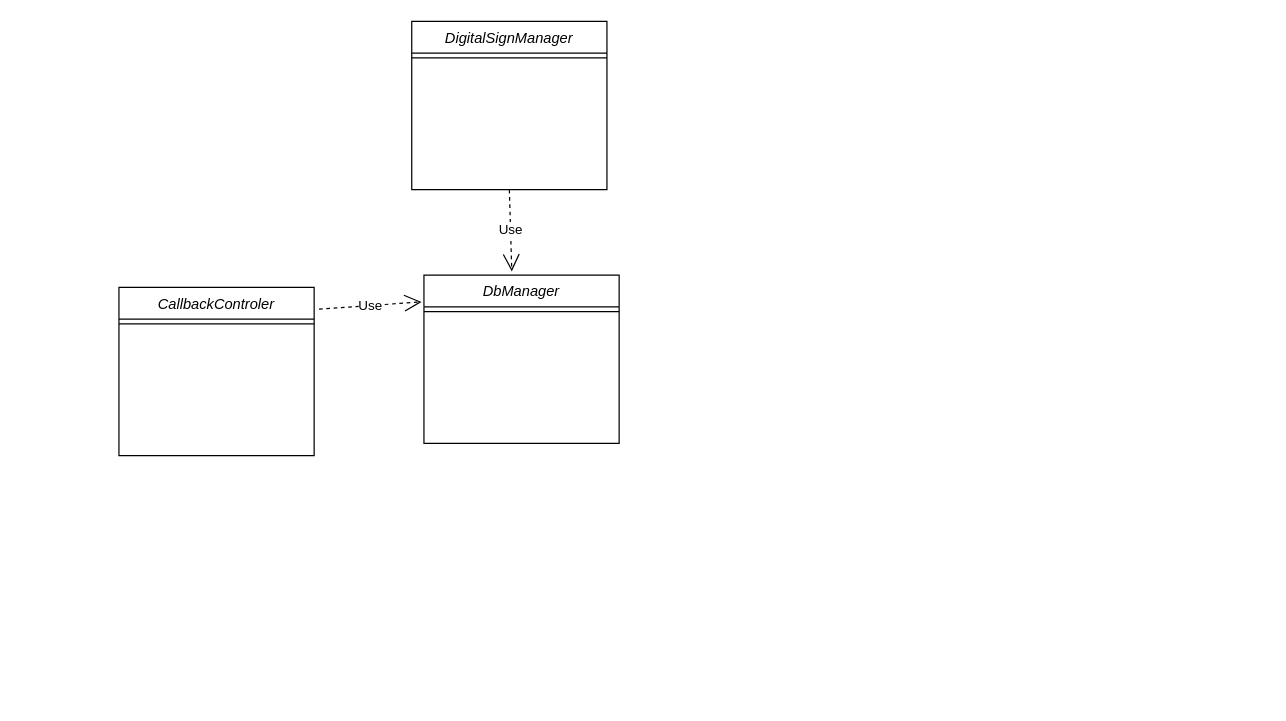
The draw.io diagram Class_diagram.drawio in carnivuth/digitalsignIntegrationdoc, before the edit. Source tidied: cells renumbered, new cells numbered last; positions are measured from the earlier drawing's top-left corner, leaving out a move shared by most shapes. Both pictures are drawn from the tidied source at 122%, with x=0, y=0 at pixel (118, 21).
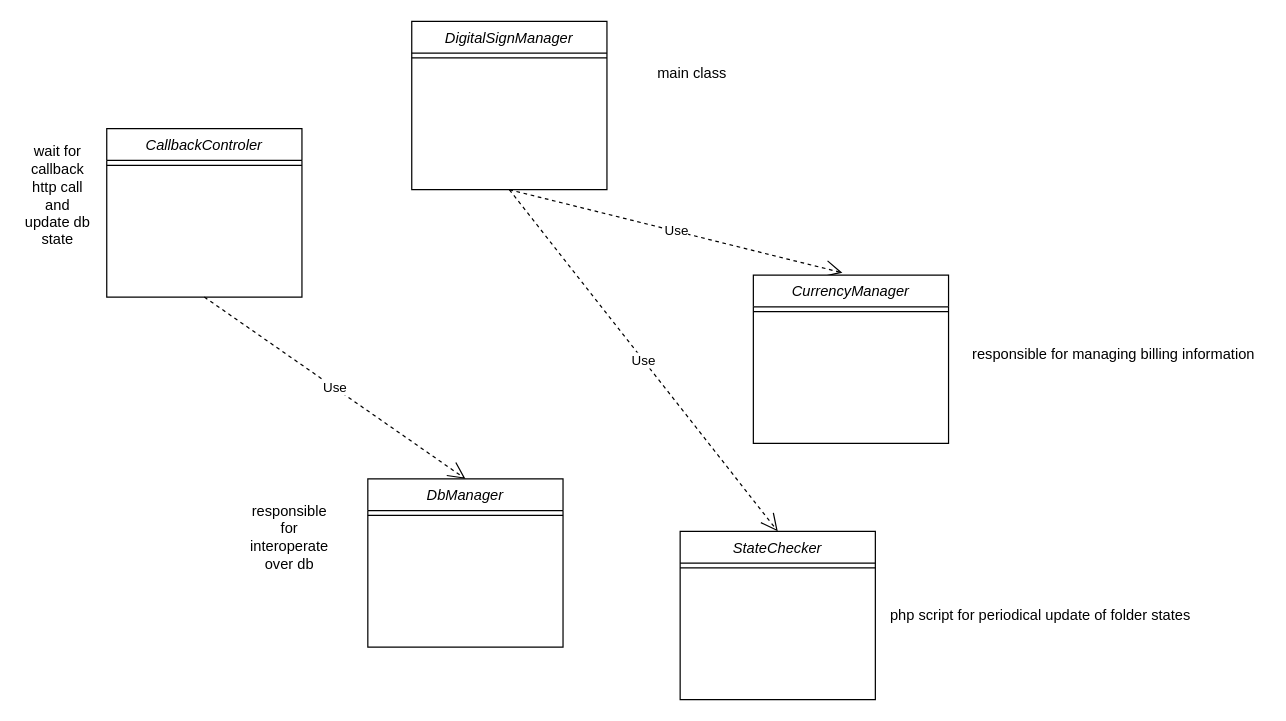
After the change.

Commit message:
added class comments

What changed in the source:
```diff
@@
 <mxGraphModel>
   <root>
     <mxCell id="0" />
     <mxCell id="1" parent="0" />
     <mxCell id="2" value="DigitalSignManager" style="swimlane;fontStyle=2;align=center;verticalAlign=top;horizontal=1;startSize=26;rounded=0;shadow=0;strokeWidth=1;" parent="1" vertex="1">
       <mxGeometry x="240" width="160" height="138" as="geometry" />
     </mxCell>
     <mxCell id="3" style="line;html=1;strokeWidth=1;align=left;verticalAlign=middle;spacingTop=-1;spacingLeft=3;spacingRight=3;labelPosition=right;" parent="2" vertex="1">
       <mxGeometry y="26" width="160" height="8" as="geometry" />
     </mxCell>
     <mxCell id="4" value="DbManager" style="swimlane;fontStyle=2;align=center;verticalAlign=top;horizontal=1;startSize=26;rounded=0;shadow=0;strokeWidth=1;" parent="1" vertex="1">
-      <mxGeometry x="250" y="208" width="160" height="138" as="geometry" />
+      <mxGeometry x="204" y="375" width="160" height="138" as="geometry" />
     </mxCell>
     <mxCell id="5" style="line;html=1;strokeWidth=1;align=left;verticalAlign=middle;spacingTop=-1;spacingLeft=3;spacingRight=3;labelPosition=right;" parent="4" vertex="1">
       <mxGeometry y="26" width="160" height="8" as="geometry" />
     </mxCell>
     <mxCell id="6" value="CallbackControler" style="swimlane;fontStyle=2;align=center;verticalAlign=top;horizontal=1;startSize=26;rounded=0;shadow=0;strokeWidth=1;" parent="1" vertex="1">
-      <mxGeometry y="218" width="160" height="138" as="geometry" />
+      <mxGeometry x="-10" y="88" width="160" height="138" as="geometry" />
     </mxCell>
     <mxCell id="7" style="line;html=1;strokeWidth=1;align=left;verticalAlign=middle;spacingTop=-1;spacingLeft=3;spacingRight=3;labelPosition=right;" parent="6" vertex="1">
       <mxGeometry y="26" width="160" height="8" as="geometry" />
     </mxCell>
-    <mxCell id="8" value="Use" style="endArrow=open;endSize=12;dashed=1;html=1;rounded=0;exitX=1.025;exitY=0.13;exitDx=0;exitDy=0;exitPerimeter=0;entryX=-0.012;entryY=0.159;entryDx=0;entryDy=0;entryPerimeter=0;" parent="1" edge="1" source="6" target="4">
+    <mxCell id="8" value="Use" style="endArrow=open;endSize=12;dashed=1;html=1;rounded=0;exitX=0.5;exitY=1;exitDx=0;exitDy=0;entryX=0.5;entryY=0;entryDx=0;entryDy=0;" parent="1" edge="1" source="6" target="4">
       <mxGeometry relative="1" as="geometry" />
     </mxCell>
-    <mxCell id="9" value="Use" style="endArrow=open;endSize=12;dashed=1;html=1;rounded=0;exitX=0.5;exitY=1;exitDx=0;exitDy=0;entryX=0.45;entryY=-0.022;entryDx=0;entryDy=0;entryPerimeter=0;" parent="1" edge="1" source="2" target="4">
+    <mxCell id="9" value="Use" style="endArrow=open;endSize=12;dashed=1;html=1;rounded=0;exitX=0.5;exitY=1;exitDx=0;exitDy=0;entryX=0.456;entryY=-0.014;entryDx=0;entryDy=0;entryPerimeter=0;" parent="1" edge="1" source="2" target="10">
       <mxGeometry relative="1" as="geometry" />
     </mxCell>
+    <mxCell id="10" value="CurrencyManager" style="swimlane;fontStyle=2;align=center;verticalAlign=top;horizontal=1;startSize=26;rounded=0;shadow=0;strokeWidth=1;" parent="1" vertex="1">
+      <mxGeometry x="520" y="208" width="160" height="138" as="geometry" />
+    </mxCell>
+    <mxCell id="11" style="line;html=1;strokeWidth=1;align=left;verticalAlign=middle;spacingTop=-1;spacingLeft=3;spacingRight=3;labelPosition=right;" parent="10" vertex="1">
+      <mxGeometry y="26" width="160" height="8" as="geometry" />
+    </mxCell>
+    <mxCell id="12" value="StateChecker" style="swimlane;fontStyle=2;align=center;verticalAlign=top;horizontal=1;startSize=26;rounded=0;shadow=0;strokeWidth=1;" parent="1" vertex="1">
+      <mxGeometry x="460" y="418" width="160" height="138" as="geometry" />
+    </mxCell>
+    <mxCell id="13" style="line;html=1;strokeWidth=1;align=left;verticalAlign=middle;spacingTop=-1;spacingLeft=3;spacingRight=3;labelPosition=right;" parent="12" vertex="1">
+      <mxGeometry y="26" width="160" height="8" as="geometry" />
+    </mxCell>
+    <mxCell id="14" value="Use" style="endArrow=open;endSize=12;dashed=1;html=1;rounded=0;exitX=0.5;exitY=1;exitDx=0;exitDy=0;entryX=0.5;entryY=0;entryDx=0;entryDy=0;" parent="1" edge="1" source="2" target="12">
+      <mxGeometry relative="1" as="geometry" />
+    </mxCell>
+    <mxCell id="15" value="wait for callback http call and update db state" style="text;html=1;strokeColor=none;fillColor=none;align=center;verticalAlign=middle;whiteSpace=wrap;rounded=0;" parent="1" vertex="1">
+      <mxGeometry x="-80" y="128" width="60" height="30" as="geometry" />
+    </mxCell>
+    <mxCell id="16" value="responsible for interoperate over db" style="text;html=1;strokeColor=none;fillColor=none;align=center;verticalAlign=middle;whiteSpace=wrap;rounded=0;" parent="1" vertex="1">
+      <mxGeometry x="110" y="408" width="60" height="30" as="geometry" />
+    </mxCell>
+    <mxCell id="17" value="main class " style="text;html=1;strokeColor=none;fillColor=none;align=center;verticalAlign=middle;whiteSpace=wrap;rounded=0;" parent="1" vertex="1">
+      <mxGeometry x="440" y="28" width="60" height="30" as="geometry" />
+    </mxCell>
+    <mxCell id="18" value="responsible for managing billing information" style="text;html=1;align=center;verticalAlign=middle;strokeColor=none;fillColor=none;" parent="1" vertex="1">
+      <mxGeometry x="690" y="258" width="250" height="30" as="geometry" />
+    </mxCell>
+    <mxCell id="19" value="php script for periodical update of folder states" style="text;html=1;align=center;verticalAlign=middle;strokeColor=none;fillColor=none;" parent="1" vertex="1">
+      <mxGeometry x="620" y="472" width="270" height="30" as="geometry" />
+    </mxCell>
   </root>
 </mxGraphModel>
```
